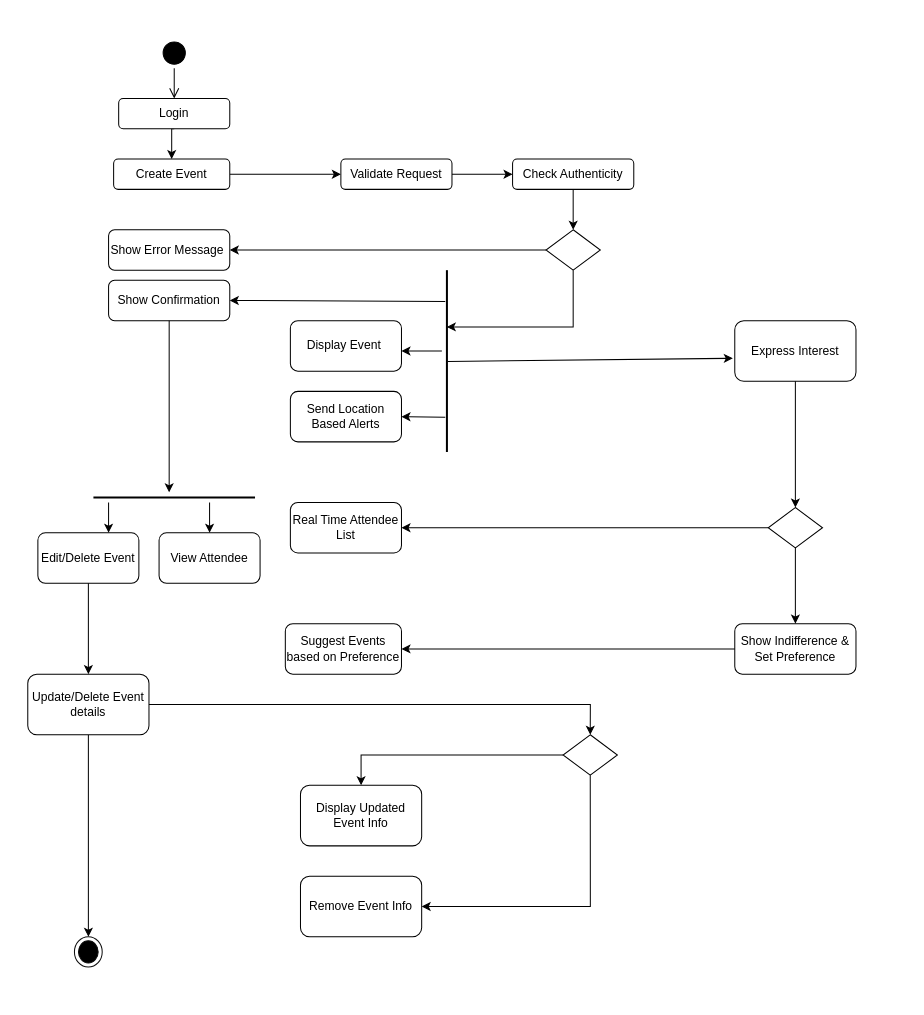
Earlier version of the draw.io diagram CreateEvent.drawio (HariniRavi490/Demo-Repo). Source tidied: cells renumbered, new cells numbered last; positions are measured from the earlier drawing's top-left corner, leaving out a move shared by most shapes. Both pictures are drawn from the tidied source at 101%, with x=0, y=0 at pixel (27, 37).
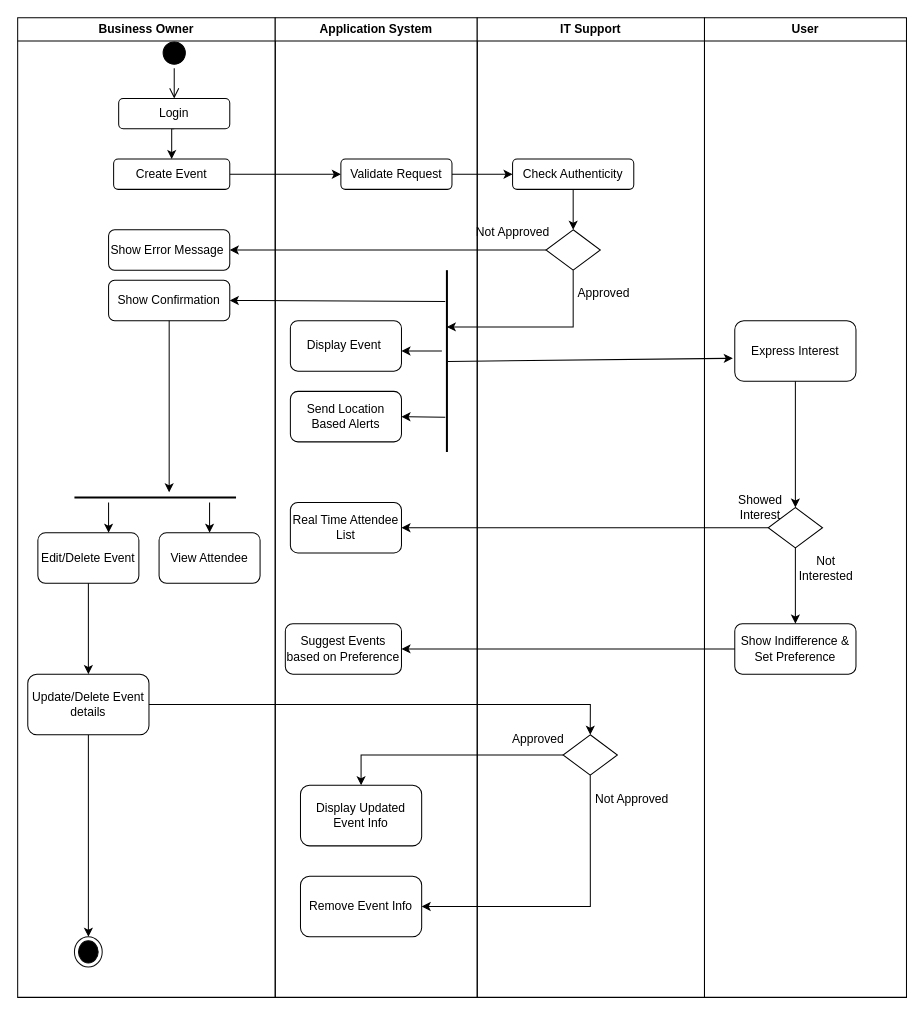
After the change.

What changed in the source:
```diff
@@
-    <mxCell id="23" style="line;strokeWidth=2;html=1;" parent="1" vertex="1">
-      <mxGeometry x="65" y="450" width="160" height="10" as="geometry" />
-    </mxCell>
@@
+    <mxCell id="49" value="Business Owner" style="swimlane;whiteSpace=wrap;html=1;" parent="1" vertex="1">
+      <mxGeometry x="-10" y="-20" width="255" height="970" as="geometry" />
+    </mxCell>
+    <mxCell id="23" style="line;strokeWidth=2;html=1;" parent="49" vertex="1">
+      <mxGeometry x="56.2" y="470" width="160" height="10" as="geometry" />
+    </mxCell>
+    <mxCell id="50" value="Application System" style="swimlane;whiteSpace=wrap;html=1;" parent="1" vertex="1">
+      <mxGeometry x="245" y="-20" width="200" height="970" as="geometry" />
+    </mxCell>
+    <mxCell id="51" value="IT Support" style="swimlane;whiteSpace=wrap;html=1;" parent="1" vertex="1">
+      <mxGeometry x="445" y="-20" width="225" height="970" as="geometry" />
+    </mxCell>
+    <mxCell id="52" value="Approved" style="text;html=1;align=center;verticalAlign=middle;strokeColor=none;fillColor=none;" parent="51" vertex="1">
+      <mxGeometry x="25" y="700" width="70" height="30" as="geometry" />
+    </mxCell>
+    <mxCell id="53" value="Not Approved" style="text;whiteSpace=wrap;html=1;" parent="51" vertex="1">
+      <mxGeometry x="115" y="760" width="110" height="40" as="geometry" />
+    </mxCell>
+    <mxCell id="54" value="User" style="swimlane;whiteSpace=wrap;html=1;" parent="1" vertex="1">
+      <mxGeometry x="670" y="-20" width="200" height="970" as="geometry" />
+    </mxCell>
+    <mxCell id="55" value="Showed &lt;br&gt;Interest" style="text;html=1;align=center;verticalAlign=middle;strokeColor=none;fillColor=none;" parent="54" vertex="1">
+      <mxGeometry x="20" y="465" width="70" height="40" as="geometry" />
+    </mxCell>
+    <mxCell id="56" value="Not &lt;br&gt;Interested" style="text;html=1;align=center;verticalAlign=middle;strokeColor=none;fillColor=none;" parent="54" vertex="1">
+      <mxGeometry x="80" y="525" width="80" height="40" as="geometry" />
+    </mxCell>
+    <mxCell id="57" value="Approved" style="text;html=1;align=center;verticalAlign=middle;strokeColor=none;fillColor=none;" parent="1" vertex="1">
+      <mxGeometry x="535" y="238" width="70" height="30" as="geometry" />
+    </mxCell>
+    <mxCell id="58" value="Not Approved" style="text;html=1;align=center;verticalAlign=middle;strokeColor=none;fillColor=none;" parent="1" vertex="1">
+      <mxGeometry x="430" y="178" width="100" height="30" as="geometry" />
+    </mxCell>
```
